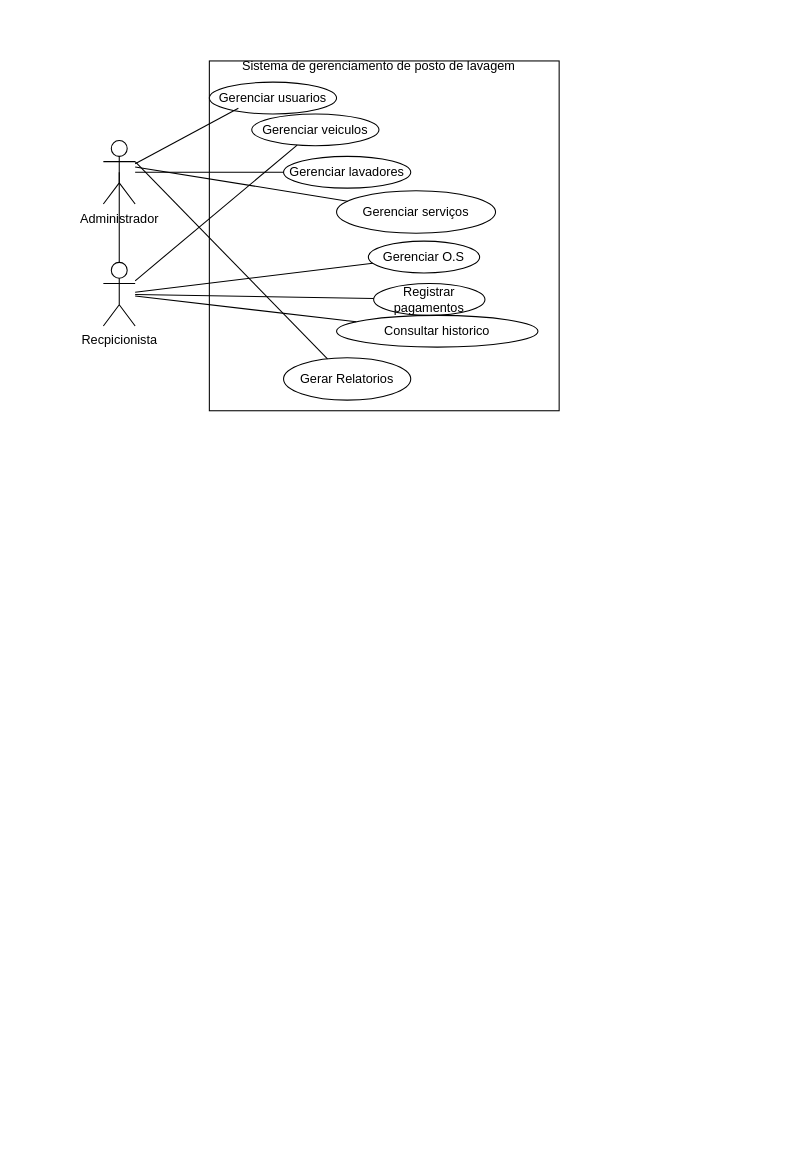
The draw.io diagram diagrams/diagrama_de_caso_de_uso.drawio in ednaldomaciel/projeto_posto_de_lavagem_ciesa, before the edit. Source tidied: cells renumbered, new cells numbered last; positions are measured from the earlier drawing's top-left corner, leaving out a move shared by most shapes. Both pictures are drawn from the tidied source at 106%, with x=0, y=0 at pixel (103, 60).
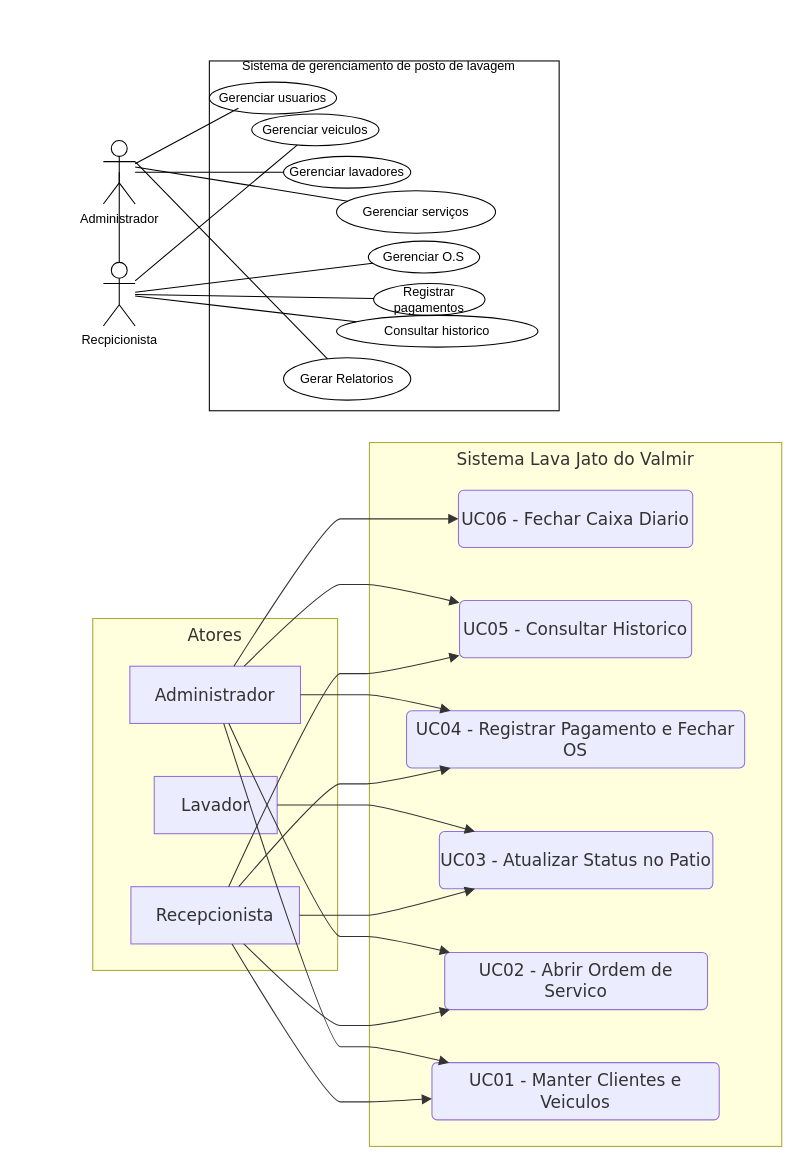
Above is the later version.

Change to the diagram source:
```diff
@@
+    <mxCell id="23" style="group;transparentBounds=1;editIcon=1;lockedGroup=0;groupPadding=10;" parent="1" vertex="1">
+      <mxGeometry x="-80" y="-40" as="geometry" />
+    </mxCell>
+    <mxCell id="24" value="Atores" style="html=1;whiteSpace=wrap;strokeWidth=1;verticalAlign=top;fillColor=light-dark(#ffffde,#1f2020);strokeColor=light-dark(#aaaa33,#cccccc);fontColor=light-dark(#333333,#cccccc);fontFamily=Trebuchet MS,Verdana,Arial,sans-serif;fontSize=16;" parent="23" vertex="1">
+      <mxGeometry x="70" y="566" width="231" height="332" as="geometry" />
+    </mxCell>
+    <mxCell id="25" value="Recepcionista" style="html=1;whiteSpace=wrap;strokeWidth=1;fillColor=light-dark(#ECECFF,#1f2020);strokeColor=light-dark(#9370DB,#cccccc);fontColor=light-dark(#333333,#cccccc);fontFamily=Trebuchet MS,Verdana,Arial,sans-serif;fontSize=16;" parent="24" vertex="1">
+      <mxGeometry x="36" y="253" width="159" height="54" as="geometry" />
+    </mxCell>
+    <mxCell id="26" value="Administrador" style="html=1;whiteSpace=wrap;strokeWidth=1;fillColor=light-dark(#ECECFF,#1f2020);strokeColor=light-dark(#9370DB,#cccccc);fontColor=light-dark(#333333,#cccccc);fontFamily=Trebuchet MS,Verdana,Arial,sans-serif;fontSize=16;" parent="24" vertex="1">
+      <mxGeometry x="35" y="45" width="161" height="54" as="geometry" />
+    </mxCell>
+    <mxCell id="27" value="Lavador" style="html=1;whiteSpace=wrap;strokeWidth=1;fillColor=light-dark(#ECECFF,#1f2020);strokeColor=light-dark(#9370DB,#cccccc);fontColor=light-dark(#333333,#cccccc);fontFamily=Trebuchet MS,Verdana,Arial,sans-serif;fontSize=16;" parent="24" vertex="1">
+      <mxGeometry x="58" y="149" width="116" height="54" as="geometry" />
+    </mxCell>
+    <mxCell id="28" value="Sistema Lava Jato do Valmir" style="html=1;whiteSpace=wrap;strokeWidth=1;verticalAlign=top;fillColor=light-dark(#ffffde,#1f2020);strokeColor=light-dark(#aaaa33,#cccccc);fontColor=light-dark(#333333,#cccccc);fontFamily=Trebuchet MS,Verdana,Arial,sans-serif;fontSize=16;" parent="23" vertex="1">
+      <mxGeometry x="331" y="400" width="389" height="664" as="geometry" />
+    </mxCell>
+    <mxCell id="29" value="UC01 - Manter Clientes e Veiculos" style="rounded=1;absoluteArcSize=1;arcSize=10;html=1;whiteSpace=wrap;strokeWidth=1;fillColor=light-dark(#ECECFF,#1f2020);strokeColor=light-dark(#9370DB,#cccccc);fontColor=light-dark(#333333,#cccccc);fontFamily=Trebuchet MS,Verdana,Arial,sans-serif;fontSize=16;" parent="28" vertex="1">
+      <mxGeometry x="59" y="585" width="271" height="54" as="geometry" />
+    </mxCell>
+    <mxCell id="30" value="UC02 - Abrir Ordem de Servico" style="rounded=1;absoluteArcSize=1;arcSize=10;html=1;whiteSpace=wrap;strokeWidth=1;fillColor=light-dark(#ECECFF,#1f2020);strokeColor=light-dark(#9370DB,#cccccc);fontColor=light-dark(#333333,#cccccc);fontFamily=Trebuchet MS,Verdana,Arial,sans-serif;fontSize=16;" parent="28" vertex="1">
+      <mxGeometry x="71" y="481" width="248" height="54" as="geometry" />
+    </mxCell>
+    <mxCell id="31" value="UC03 - Atualizar Status no Patio" style="rounded=1;absoluteArcSize=1;arcSize=10;html=1;whiteSpace=wrap;strokeWidth=1;fillColor=light-dark(#ECECFF,#1f2020);strokeColor=light-dark(#9370DB,#cccccc);fontColor=light-dark(#333333,#cccccc);fontFamily=Trebuchet MS,Verdana,Arial,sans-serif;fontSize=16;" parent="28" vertex="1">
+      <mxGeometry x="66" y="367" width="258" height="54" as="geometry" />
+    </mxCell>
+    <mxCell id="32" value="UC04 - Registrar Pagamento e Fechar OS" style="rounded=1;absoluteArcSize=1;arcSize=10;html=1;whiteSpace=wrap;strokeWidth=1;fillColor=light-dark(#ECECFF,#1f2020);strokeColor=light-dark(#9370DB,#cccccc);fontColor=light-dark(#333333,#cccccc);fontFamily=Trebuchet MS,Verdana,Arial,sans-serif;fontSize=16;" parent="28" vertex="1">
+      <mxGeometry x="35" y="253" width="319" height="54" as="geometry" />
+    </mxCell>
+    <mxCell id="33" value="UC05 - Consultar Historico" style="rounded=1;absoluteArcSize=1;arcSize=10;html=1;whiteSpace=wrap;strokeWidth=1;fillColor=light-dark(#ECECFF,#1f2020);strokeColor=light-dark(#9370DB,#cccccc);fontColor=light-dark(#333333,#cccccc);fontFamily=Trebuchet MS,Verdana,Arial,sans-serif;fontSize=16;" parent="28" vertex="1">
+      <mxGeometry x="85" y="149" width="219" height="54" as="geometry" />
+    </mxCell>
+    <mxCell id="34" value="UC06 - Fechar Caixa Diario" style="rounded=1;absoluteArcSize=1;arcSize=10;html=1;whiteSpace=wrap;strokeWidth=1;fillColor=light-dark(#ECECFF,#1f2020);strokeColor=light-dark(#9370DB,#cccccc);fontColor=light-dark(#333333,#cccccc);fontFamily=Trebuchet MS,Verdana,Arial,sans-serif;fontSize=16;" parent="28" vertex="1">
+      <mxGeometry x="84" y="45" width="221" height="54" as="geometry" />
+    </mxCell>
+    <mxCell id="35" style="curved=1;startArrow=none;endArrow=block;endSize=7;strokeColor=light-dark(#333333,#cccccc);exitX=0.6;exitY=1;entryX=0;entryY=0.63;" parent="23" edge="1" source="25" target="29">
+      <mxGeometry relative="1" as="geometry">
+        <Array as="points">
+          <mxPoint x="291" y="1022" />
+          <mxPoint x="316" y="1022" />
+          <mxPoint x="341" y="1022" />
+        </Array>
+      </mxGeometry>
+    </mxCell>
+    <mxCell id="36" style="curved=1;startArrow=none;endArrow=block;endSize=7;strokeColor=light-dark(#333333,#cccccc);exitX=0.67;exitY=1;entryX=0.02;entryY=1;" parent="23" edge="1" source="25" target="30">
+      <mxGeometry relative="1" as="geometry">
+        <Array as="points">
+          <mxPoint x="291" y="950" />
+          <mxPoint x="316" y="950" />
+          <mxPoint x="341" y="950" />
+        </Array>
+      </mxGeometry>
+    </mxCell>
+    <mxCell id="37" style="curved=1;startArrow=none;endArrow=block;endSize=7;strokeColor=light-dark(#333333,#cccccc);exitX=1;exitY=0.5;entryX=0.13;entryY=1;" parent="23" edge="1" source="25" target="31">
+      <mxGeometry relative="1" as="geometry">
+        <Array as="points">
+          <mxPoint x="291" y="846" />
+          <mxPoint x="316" y="846" />
+          <mxPoint x="341" y="846" />
+        </Array>
+      </mxGeometry>
+    </mxCell>
+    <mxCell id="38" style="curved=1;startArrow=none;endArrow=block;endSize=7;strokeColor=light-dark(#333333,#cccccc);exitX=0.64;exitY=0;entryX=0.13;entryY=1;" parent="23" edge="1" source="25" target="32">
+      <mxGeometry relative="1" as="geometry">
+        <Array as="points">
+          <mxPoint x="291" y="722" />
+          <mxPoint x="316" y="722" />
+          <mxPoint x="341" y="722" />
+        </Array>
+      </mxGeometry>
+    </mxCell>
+    <mxCell id="39" style="curved=1;startArrow=none;endArrow=block;endSize=7;strokeColor=light-dark(#333333,#cccccc);exitX=0.58;exitY=0;entryX=0;entryY=0.96;" parent="23" edge="1" source="25" target="33">
+      <mxGeometry relative="1" as="geometry">
+        <Array as="points">
+          <mxPoint x="291" y="618" />
+          <mxPoint x="316" y="618" />
+          <mxPoint x="341" y="618" />
+        </Array>
+      </mxGeometry>
+    </mxCell>
+    <mxCell id="40" style="curved=1;startArrow=none;endArrow=block;endSize=7;strokeColor=light-dark(#333333,#cccccc);exitX=1;exitY=0.5;entryX=0.13;entryY=0;" parent="23" edge="1" source="27" target="31">
+      <mxGeometry relative="1" as="geometry">
+        <Array as="points">
+          <mxPoint x="291" y="742" />
+          <mxPoint x="316" y="742" />
+          <mxPoint x="341" y="742" />
+        </Array>
+      </mxGeometry>
+    </mxCell>
+    <mxCell id="41" style="curved=1;startArrow=none;endArrow=block;endSize=7;strokeColor=light-dark(#333333,#cccccc);exitX=0.55;exitY=1;entryX=0.06;entryY=0;" parent="23" edge="1" source="26" target="29">
+      <mxGeometry relative="1" as="geometry">
+        <Array as="points">
+          <mxPoint x="291" y="970" />
+          <mxPoint x="316" y="970" />
+          <mxPoint x="341" y="970" />
+        </Array>
+      </mxGeometry>
+    </mxCell>
+    <mxCell id="42" style="curved=1;startArrow=none;endArrow=block;endSize=7;strokeColor=light-dark(#333333,#cccccc);exitX=0.58;exitY=1;entryX=0.02;entryY=0;" parent="23" edge="1" source="26" target="30">
+      <mxGeometry relative="1" as="geometry">
+        <Array as="points">
+          <mxPoint x="291" y="866" />
+          <mxPoint x="316" y="866" />
+          <mxPoint x="341" y="866" />
+        </Array>
+      </mxGeometry>
+    </mxCell>
+    <mxCell id="43" style="curved=1;startArrow=none;endArrow=block;endSize=7;strokeColor=light-dark(#333333,#cccccc);exitX=1;exitY=0.5;entryX=0.13;entryY=0;" parent="23" edge="1" source="26" target="32">
+      <mxGeometry relative="1" as="geometry">
+        <Array as="points">
+          <mxPoint x="291" y="638" />
+          <mxPoint x="316" y="638" />
+          <mxPoint x="341" y="638" />
+        </Array>
+      </mxGeometry>
+    </mxCell>
+    <mxCell id="44" style="curved=1;startArrow=none;endArrow=block;endSize=7;strokeColor=light-dark(#333333,#cccccc);exitX=0.67;exitY=0;entryX=0;entryY=0.04;" parent="23" edge="1" source="26" target="33">
+      <mxGeometry relative="1" as="geometry">
+        <Array as="points">
+          <mxPoint x="291" y="534" />
+          <mxPoint x="316" y="534" />
+          <mxPoint x="341" y="534" />
+        </Array>
+      </mxGeometry>
+    </mxCell>
+    <mxCell id="45" style="curved=1;startArrow=none;endArrow=block;endSize=7;strokeColor=light-dark(#333333,#cccccc);exitX=0.61;exitY=0;entryX=0;entryY=0.5;" parent="23" edge="1" source="26" target="34">
+      <mxGeometry relative="1" as="geometry">
+        <Array as="points">
+          <mxPoint x="291" y="472" />
+          <mxPoint x="316" y="472" />
+          <mxPoint x="341" y="472" />
+        </Array>
+      </mxGeometry>
+    </mxCell>
```
